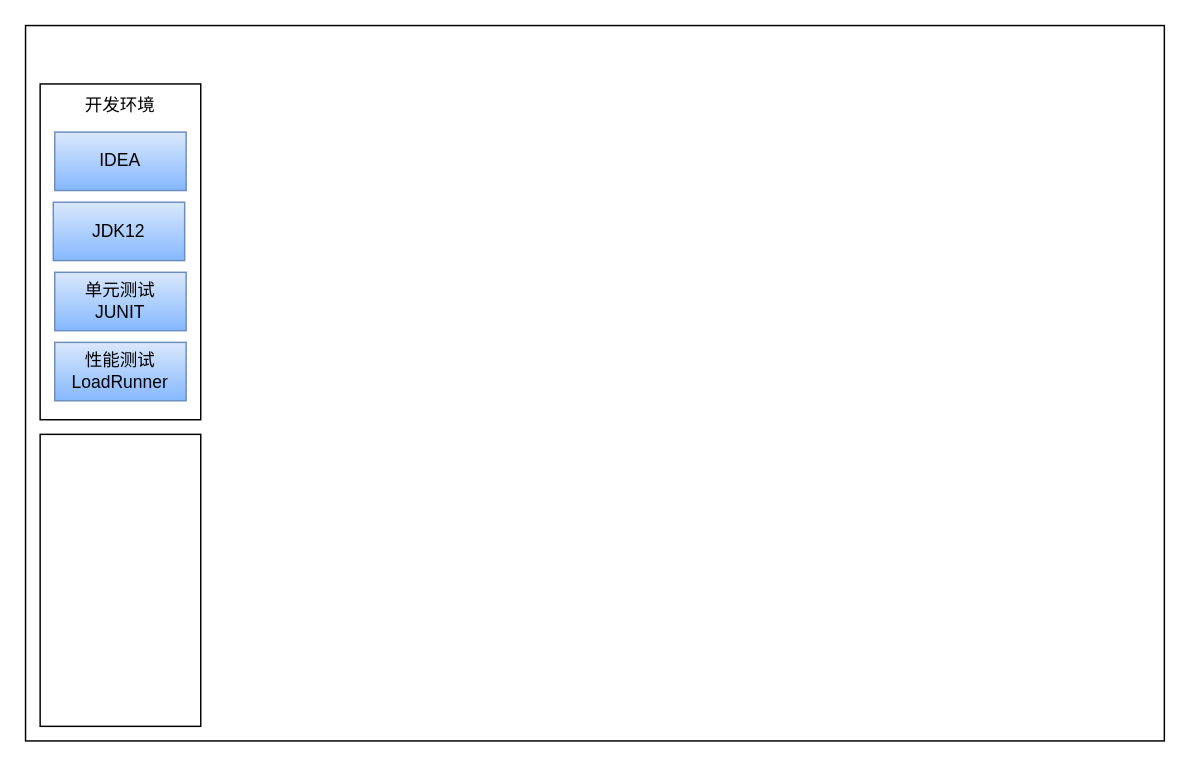
The draw.io diagram 未命名绘图.drawio in freeorfeel/liteerp, before the edit. Source tidied: cells renumbered, new cells numbered last; positions are measured from the earlier drawing's top-left corner, leaving out a move shared by most shapes. Both pictures are drawn from the tidied source at 146%, with x=0, y=0 at pixel (25, 25).
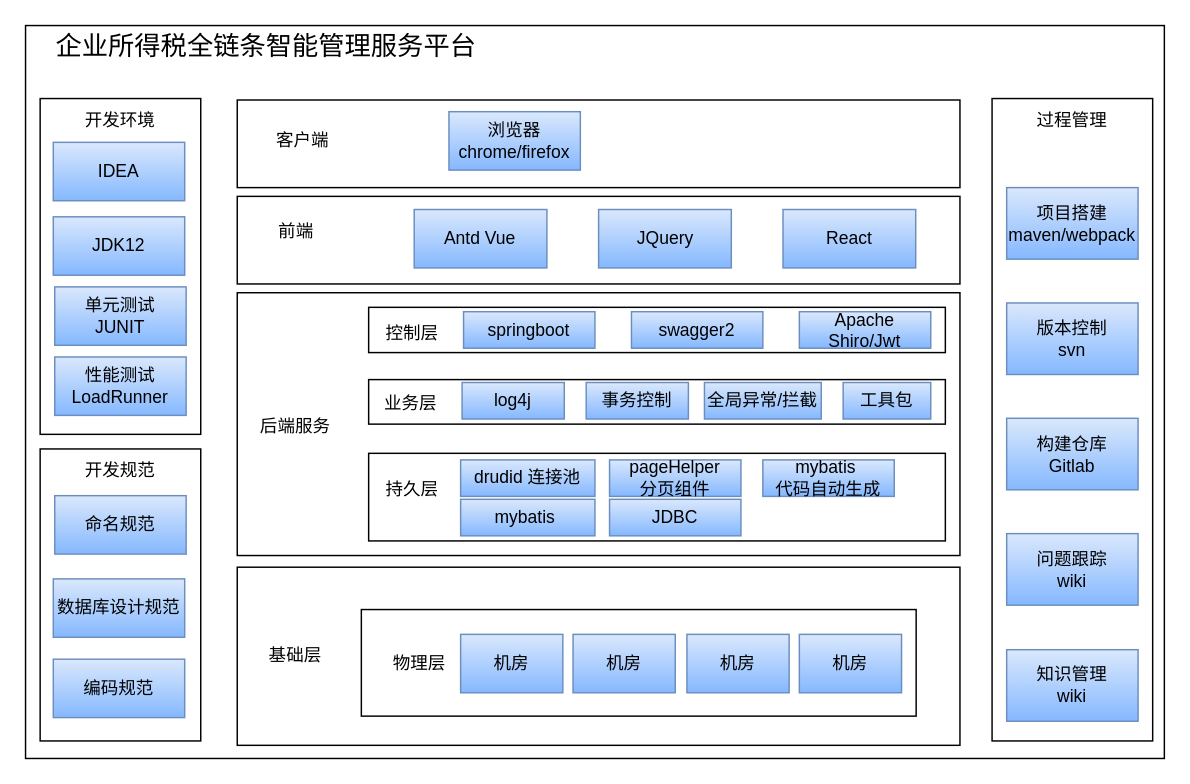
The same diagram, later.

Commit message:
更新未命名绘图.drawio

The edit, as a diff of the source:
```diff
@@
     <mxCell id="2" style="rounded=0;whiteSpace=wrap;html=1;" parent="1" vertex="1">
-      <mxGeometry width="780" height="490" as="geometry" />
+      <mxGeometry width="780" height="502" as="geometry" />
     </mxCell>
+    <mxCell id="10" style="group;" parent="1" vertex="1">
+      <mxGeometry x="145" y="117" width="495" height="60" as="geometry" />
+    </mxCell>
+    <mxCell id="11" style="rounded=0;whiteSpace=wrap;html=1;gradientColor=none;" parent="10" vertex="1">
+      <mxGeometry width="495" height="60" as="geometry" />
+    </mxCell>
+    <mxCell id="12" value="前端" style="text;html=1;strokeColor=none;fillColor=none;align=center;verticalAlign=middle;whiteSpace=wrap;rounded=0;" parent="10" vertex="1">
+      <mxGeometry x="10.1" y="9" width="60.6" height="30" as="geometry" />
+    </mxCell>
+    <mxCell id="13" value="Antd Vue" style="rounded=0;whiteSpace=wrap;html=1;fillColor=#dae8fc;strokeColor=#6c8ebf;gradientColor=#85B8FF;" parent="10" vertex="1">
+      <mxGeometry x="121.2" y="9" width="90.9" height="40" as="geometry" />
+    </mxCell>
+    <mxCell id="14" value="React" style="rounded=0;whiteSpace=wrap;html=1;fillColor=#dae8fc;strokeColor=#6c8ebf;gradientColor=#85B8FF;" parent="10" vertex="1">
+      <mxGeometry x="373.8" y="9" width="90.9" height="40" as="geometry" />
+    </mxCell>
+    <mxCell id="15" value="JQuery" style="rounded=0;whiteSpace=wrap;html=1;fillColor=#dae8fc;strokeColor=#6c8ebf;gradientColor=#85B8FF;" parent="10" vertex="1">
+      <mxGeometry x="247.5" y="9" width="90.9" height="40" as="geometry" />
+    </mxCell>
+    <mxCell id="16" value="&lt;font style=&quot;font-size: 18px;&quot;&gt;企业所得税全链条智能管理服务平台&lt;/font&gt;" style="text;html=1;strokeColor=none;fillColor=none;align=center;verticalAlign=middle;whiteSpace=wrap;rounded=0;" parent="1" vertex="1">
+      <mxGeometry x="10" width="310" height="30" as="geometry" />
+    </mxCell>
+    <mxCell id="17" style="group;" parent="1" vertex="1">
+      <mxGeometry x="145" y="183" width="495" height="180" as="geometry" />
+    </mxCell>
+    <mxCell id="18" style="rounded=0;whiteSpace=wrap;html=1;gradientColor=none;" parent="17" vertex="1">
+      <mxGeometry width="495" height="180" as="geometry" />
+    </mxCell>
+    <mxCell id="19" value="后端服务" style="text;html=1;strokeColor=none;fillColor=none;align=center;verticalAlign=middle;whiteSpace=wrap;rounded=0;" parent="17" vertex="1">
+      <mxGeometry x="10" y="77" width="60" height="30" as="geometry" />
+    </mxCell>
+    <mxCell id="20" style="rounded=0;whiteSpace=wrap;html=1;gradientColor=none;" parent="17" vertex="1">
+      <mxGeometry x="90" y="10" width="395" height="31" as="geometry" />
+    </mxCell>
+    <mxCell id="21" style="rounded=0;whiteSpace=wrap;html=1;gradientColor=none;" parent="17" vertex="1">
+      <mxGeometry x="90" y="59.5" width="395" height="30.5" as="geometry" />
+    </mxCell>
+    <mxCell id="22" style="rounded=0;whiteSpace=wrap;html=1;gradientColor=none;" parent="17" vertex="1">
+      <mxGeometry x="90" y="110" width="395" height="60" as="geometry" />
+    </mxCell>
+    <mxCell id="23" value="springboot" style="rounded=0;whiteSpace=wrap;html=1;fillColor=#dae8fc;strokeColor=#6c8ebf;gradientColor=#85B8FF;" parent="17" vertex="1">
+      <mxGeometry x="155" y="13" width="90" height="25" as="geometry" />
+    </mxCell>
+    <mxCell id="24" value="swagger2" style="rounded=0;whiteSpace=wrap;html=1;fillColor=#dae8fc;strokeColor=#6c8ebf;gradientColor=#85B8FF;" parent="17" vertex="1">
+      <mxGeometry x="270" y="13" width="90" height="25" as="geometry" />
+    </mxCell>
+    <mxCell id="25" value="Apache Shiro/Jwt" style="rounded=0;whiteSpace=wrap;html=1;fillColor=#dae8fc;strokeColor=#6c8ebf;gradientColor=#85B8FF;" parent="17" vertex="1">
+      <mxGeometry x="385" y="13" width="90" height="25" as="geometry" />
+    </mxCell>
+    <mxCell id="26" value="控制层" style="text;html=1;strokeColor=none;fillColor=none;align=center;verticalAlign=middle;whiteSpace=wrap;rounded=0;" parent="17" vertex="1">
+      <mxGeometry x="90" y="13" width="60" height="30" as="geometry" />
+    </mxCell>
+    <mxCell id="27" value="log4j" style="rounded=0;whiteSpace=wrap;html=1;fillColor=#dae8fc;strokeColor=#6c8ebf;gradientColor=#85B8FF;" parent="17" vertex="1">
+      <mxGeometry x="154" y="61.5" width="70" height="25" as="geometry" />
+    </mxCell>
+    <mxCell id="28" value="全局异常/拦截" style="rounded=0;whiteSpace=wrap;html=1;fillColor=#dae8fc;strokeColor=#6c8ebf;gradientColor=#85B8FF;" parent="17" vertex="1">
+      <mxGeometry x="320" y="61.5" width="80" height="25" as="geometry" />
+    </mxCell>
+    <mxCell id="29" value="工具包" style="rounded=0;whiteSpace=wrap;html=1;fillColor=#dae8fc;strokeColor=#6c8ebf;gradientColor=#85B8FF;" parent="17" vertex="1">
+      <mxGeometry x="415" y="61.5" width="60" height="25" as="geometry" />
+    </mxCell>
+    <mxCell id="30" value="业务层" style="text;html=1;strokeColor=none;fillColor=none;align=center;verticalAlign=middle;whiteSpace=wrap;rounded=0;" parent="17" vertex="1">
+      <mxGeometry x="89" y="61" width="60" height="30" as="geometry" />
+    </mxCell>
+    <mxCell id="31" value="事务控制" style="rounded=0;whiteSpace=wrap;html=1;fillColor=#dae8fc;strokeColor=#6c8ebf;gradientColor=#85B8FF;" parent="17" vertex="1">
+      <mxGeometry x="239" y="61.5" width="70" height="25" as="geometry" />
+    </mxCell>
+    <mxCell id="32" value="持久层" style="text;html=1;strokeColor=none;fillColor=none;align=center;verticalAlign=middle;whiteSpace=wrap;rounded=0;" parent="17" vertex="1">
+      <mxGeometry x="90" y="120" width="60" height="30" as="geometry" />
+    </mxCell>
+    <mxCell id="33" value="drudid 连接池" style="rounded=0;whiteSpace=wrap;html=1;fillColor=#dae8fc;strokeColor=#6c8ebf;gradientColor=#85B8FF;" parent="17" vertex="1">
+      <mxGeometry x="153" y="114.5" width="92" height="25" as="geometry" />
+    </mxCell>
+    <mxCell id="34" value="pageHelper&lt;br&gt;分页组件" style="rounded=0;whiteSpace=wrap;html=1;fillColor=#dae8fc;strokeColor=#6c8ebf;gradientColor=#85B8FF;" parent="17" vertex="1">
+      <mxGeometry x="255" y="114.5" width="90" height="25" as="geometry" />
+    </mxCell>
+    <mxCell id="35" value="mybatis&amp;nbsp;&lt;br&gt;代码自动生成" style="rounded=0;whiteSpace=wrap;html=1;fillColor=#dae8fc;strokeColor=#6c8ebf;gradientColor=#85B8FF;" parent="17" vertex="1">
+      <mxGeometry x="360" y="114.5" width="90" height="25" as="geometry" />
+    </mxCell>
+    <mxCell id="36" value="mybatis&amp;nbsp;" style="rounded=0;whiteSpace=wrap;html=1;fillColor=#dae8fc;strokeColor=#6c8ebf;gradientColor=#85B8FF;" parent="17" vertex="1">
+      <mxGeometry x="153" y="141.5" width="92" height="25" as="geometry" />
+    </mxCell>
+    <mxCell id="37" value="JDBC" style="rounded=0;whiteSpace=wrap;html=1;fillColor=#dae8fc;strokeColor=#6c8ebf;gradientColor=#85B8FF;" parent="17" vertex="1">
+      <mxGeometry x="255" y="141.5" width="90" height="25" as="geometry" />
+    </mxCell>
+    <mxCell id="38" style="group;" parent="1" vertex="1">
+      <mxGeometry x="145" y="371" width="495" height="122" as="geometry" />
+    </mxCell>
+    <mxCell id="39" style="rounded=0;whiteSpace=wrap;html=1;gradientColor=none;" parent="38" vertex="1">
+      <mxGeometry width="495" height="122" as="geometry" />
+    </mxCell>
+    <mxCell id="40" value="基础层" style="text;html=1;strokeColor=none;fillColor=none;align=center;verticalAlign=middle;whiteSpace=wrap;rounded=0;" parent="38" vertex="1">
+      <mxGeometry x="10" y="46" width="60" height="30" as="geometry" />
+    </mxCell>
+    <mxCell id="41" style="rounded=0;whiteSpace=wrap;html=1;gradientColor=none;" parent="38" vertex="1">
+      <mxGeometry x="85" y="29" width="380" height="73" as="geometry" />
+    </mxCell>
+    <mxCell id="42" value="物理层" style="text;html=1;strokeColor=none;fillColor=none;align=center;verticalAlign=middle;whiteSpace=wrap;rounded=0;" parent="38" vertex="1">
+      <mxGeometry x="95" y="51" width="60" height="30" as="geometry" />
+    </mxCell>
+    <mxCell id="43" value="机房" style="rounded=0;whiteSpace=wrap;html=1;fillColor=#dae8fc;strokeColor=#6c8ebf;gradientColor=#85B8FF;" parent="38" vertex="1">
+      <mxGeometry x="153" y="46" width="70" height="40" as="geometry" />
+    </mxCell>
+    <mxCell id="44" value="机房" style="rounded=0;whiteSpace=wrap;html=1;fillColor=#dae8fc;strokeColor=#6c8ebf;gradientColor=#85B8FF;" parent="38" vertex="1">
+      <mxGeometry x="230" y="46" width="70" height="40" as="geometry" />
+    </mxCell>
+    <mxCell id="45" value="机房" style="rounded=0;whiteSpace=wrap;html=1;fillColor=#dae8fc;strokeColor=#6c8ebf;gradientColor=#85B8FF;" parent="38" vertex="1">
+      <mxGeometry x="308" y="46" width="70" height="40" as="geometry" />
+    </mxCell>
+    <mxCell id="46" value="机房" style="rounded=0;whiteSpace=wrap;html=1;fillColor=#dae8fc;strokeColor=#6c8ebf;gradientColor=#85B8FF;" parent="38" vertex="1">
+      <mxGeometry x="385" y="46" width="70" height="40" as="geometry" />
+    </mxCell>
+    <mxCell id="47" style="group;" parent="1" vertex="1">
+      <mxGeometry x="145" y="49" width="495" height="60" as="geometry" />
+    </mxCell>
+    <mxCell id="48" style="rounded=0;whiteSpace=wrap;html=1;gradientColor=none;" parent="47" vertex="1">
+      <mxGeometry y="2" width="495" height="60" as="geometry" />
+    </mxCell>
+    <mxCell id="49" value="客户端" style="text;html=1;strokeColor=none;fillColor=none;align=center;verticalAlign=middle;whiteSpace=wrap;rounded=0;" parent="47" vertex="1">
+      <mxGeometry x="15" y="15" width="60" height="30" as="geometry" />
+    </mxCell>
+    <mxCell id="50" value="浏览器&lt;br&gt;chrome/firefox" style="rounded=0;whiteSpace=wrap;html=1;fillColor=#dae8fc;strokeColor=#6c8ebf;gradientColor=#85B8FF;" parent="47" vertex="1">
+      <mxGeometry x="145" y="10" width="90" height="40" as="geometry" />
+    </mxCell>
+    <mxCell id="51" style="group;" parent="1" vertex="1">
+      <mxGeometry x="10" y="50" width="110" height="230" as="geometry" />
+    </mxCell>
-    <mxCell id="3" style="rounded=0;whiteSpace=wrap;html=1;" parent="1" vertex="1">
-      <mxGeometry x="10" y="40" width="110" height="230" as="geometry" />
+    <mxCell id="3" style="rounded=0;whiteSpace=wrap;html=1;" parent="51" vertex="1">
+      <mxGeometry width="110" height="230" as="geometry" />
     </mxCell>
-    <mxCell id="4" style="rounded=0;whiteSpace=wrap;html=1;" parent="1" vertex="1">
-      <mxGeometry x="10" y="280" width="110" height="200" as="geometry" />
-    </mxCell>
-    <mxCell id="5" value="IDEA" style="rounded=0;whiteSpace=wrap;html=1;fillColor=#dae8fc;strokeColor=#6c8ebf;gradientColor=#85B8FF;" parent="1" vertex="1">
-      <mxGeometry x="20" y="73" width="90" height="40" as="geometry" />
-    </mxCell>
-    <mxCell id="6" value="JDK12" style="rounded=0;whiteSpace=wrap;html=1;fillColor=#dae8fc;strokeColor=#6c8ebf;gradientColor=#85B8FF;" parent="1" vertex="1">
-      <mxGeometry x="19" y="121" width="90" height="40" as="geometry" />
+    <mxCell id="6" value="JDK12" style="rounded=0;whiteSpace=wrap;html=1;fillColor=#dae8fc;strokeColor=#6c8ebf;gradientColor=#85B8FF;" parent="51" vertex="1">
+      <mxGeometry x="9" y="81" width="90" height="40" as="geometry" />
     </mxCell>
-    <mxCell id="7" value="单元测试&lt;br&gt;JUNIT" style="rounded=0;whiteSpace=wrap;html=1;fillColor=#dae8fc;strokeColor=#6c8ebf;gradientColor=#85B8FF;" parent="1" vertex="1">
-      <mxGeometry x="20" y="169" width="90" height="40" as="geometry" />
+    <mxCell id="7" value="单元测试&lt;br&gt;JUNIT" style="rounded=0;whiteSpace=wrap;html=1;fillColor=#dae8fc;strokeColor=#6c8ebf;gradientColor=#85B8FF;" parent="51" vertex="1">
+      <mxGeometry x="10" y="129" width="90" height="40" as="geometry" />
     </mxCell>
-    <mxCell id="8" value="性能测试&lt;br&gt;LoadRunner" style="rounded=0;whiteSpace=wrap;html=1;fillColor=#dae8fc;strokeColor=#6c8ebf;gradientColor=#85B8FF;" parent="1" vertex="1">
-      <mxGeometry x="20" y="217" width="90" height="40" as="geometry" />
+    <mxCell id="8" value="性能测试&lt;br&gt;LoadRunner" style="rounded=0;whiteSpace=wrap;html=1;fillColor=#dae8fc;strokeColor=#6c8ebf;gradientColor=#85B8FF;" parent="51" vertex="1">
+      <mxGeometry x="10" y="177" width="90" height="40" as="geometry" />
     </mxCell>
-    <mxCell id="9" value="开发环境" style="text;html=1;strokeColor=none;fillColor=none;align=center;verticalAlign=middle;whiteSpace=wrap;rounded=0;" parent="1" vertex="1">
-      <mxGeometry x="35" y="40" width="60" height="30" as="geometry" />
+    <mxCell id="9" value="开发环境" style="text;html=1;strokeColor=none;fillColor=none;align=center;verticalAlign=middle;whiteSpace=wrap;rounded=0;" parent="51" vertex="1">
+      <mxGeometry x="25" width="60" height="30" as="geometry" />
     </mxCell>
+    <mxCell id="5" value="IDEA" style="rounded=0;whiteSpace=wrap;html=1;fillColor=#dae8fc;strokeColor=#6c8ebf;gradientColor=#85B8FF;" parent="51" vertex="1">
+      <mxGeometry x="9" y="30" width="90" height="40" as="geometry" />
+    </mxCell>
+    <mxCell id="52" style="group;" parent="1" vertex="1">
+      <mxGeometry x="10" y="290" width="110" height="200" as="geometry" />
+    </mxCell>
+    <mxCell id="4" style="rounded=0;whiteSpace=wrap;html=1;" parent="52" vertex="1">
+      <mxGeometry width="110" height="200" as="geometry" />
+    </mxCell>
+    <mxCell id="53" value="命名规范" style="rounded=0;whiteSpace=wrap;html=1;fillColor=#dae8fc;strokeColor=#6c8ebf;gradientColor=#85B8FF;" parent="52" vertex="1">
+      <mxGeometry x="10" y="32" width="90" height="40" as="geometry" />
+    </mxCell>
+    <mxCell id="54" value="编码规范" style="rounded=0;whiteSpace=wrap;html=1;fillColor=#dae8fc;strokeColor=#6c8ebf;gradientColor=#85B8FF;" parent="52" vertex="1">
+      <mxGeometry x="9" y="144" width="90" height="40" as="geometry" />
+    </mxCell>
+    <mxCell id="55" value="数据库设计规范" style="rounded=0;whiteSpace=wrap;html=1;fillColor=#dae8fc;strokeColor=#6c8ebf;gradientColor=#85B8FF;" parent="52" vertex="1">
+      <mxGeometry x="9" y="89" width="90" height="40" as="geometry" />
+    </mxCell>
+    <mxCell id="56" value="开发规范" style="text;html=1;strokeColor=none;fillColor=none;align=center;verticalAlign=middle;whiteSpace=wrap;rounded=0;" parent="52" vertex="1">
+      <mxGeometry x="25" width="60" height="30" as="geometry" />
+    </mxCell>
+    <mxCell id="57" style="group;" parent="1" vertex="1">
+      <mxGeometry x="662" y="50" width="110" height="440" as="geometry" />
+    </mxCell>
+    <mxCell id="58" style="rounded=0;whiteSpace=wrap;html=1;" parent="57" vertex="1">
+      <mxGeometry width="110" height="440" as="geometry" />
+    </mxCell>
+    <mxCell id="59" value="过程管理" style="text;html=1;strokeColor=none;fillColor=none;align=center;verticalAlign=middle;whiteSpace=wrap;rounded=0;" parent="57" vertex="1">
+      <mxGeometry x="25" width="60" height="30" as="geometry" />
+    </mxCell>
+    <mxCell id="60" value="项目搭建&lt;br&gt;maven/webpack" style="rounded=0;whiteSpace=wrap;html=1;fillColor=#dae8fc;strokeColor=#6c8ebf;gradientColor=#85B8FF;" parent="57" vertex="1">
+      <mxGeometry x="10" y="61" width="90" height="49" as="geometry" />
+    </mxCell>
+    <mxCell id="61" value="版本控制&lt;br&gt;svn" style="rounded=0;whiteSpace=wrap;html=1;fillColor=#dae8fc;strokeColor=#6c8ebf;gradientColor=#85B8FF;" parent="57" vertex="1">
+      <mxGeometry x="10" y="140" width="90" height="49" as="geometry" />
+    </mxCell>
+    <mxCell id="62" value="构建仓库&lt;br&gt;Gitlab" style="rounded=0;whiteSpace=wrap;html=1;fillColor=#dae8fc;strokeColor=#6c8ebf;gradientColor=#85B8FF;" parent="57" vertex="1">
+      <mxGeometry x="10" y="219" width="90" height="49" as="geometry" />
+    </mxCell>
+    <mxCell id="63" value="问题跟踪&lt;br&gt;wiki" style="rounded=0;whiteSpace=wrap;html=1;fillColor=#dae8fc;strokeColor=#6c8ebf;gradientColor=#85B8FF;" parent="57" vertex="1">
+      <mxGeometry x="10" y="298" width="90" height="49" as="geometry" />
+    </mxCell>
+    <mxCell id="64" value="知识管理&lt;br&gt;wiki" style="rounded=0;whiteSpace=wrap;html=1;fillColor=#dae8fc;strokeColor=#6c8ebf;gradientColor=#85B8FF;" parent="57" vertex="1">
+      <mxGeometry x="10" y="377.5" width="90" height="49" as="geometry" />
+    </mxCell>
```
